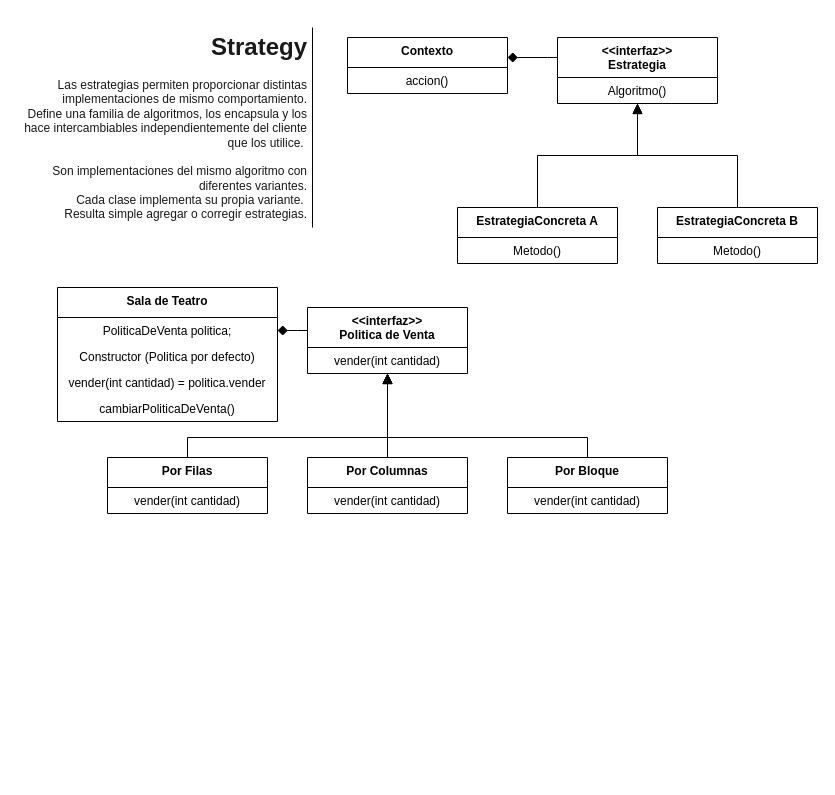
veroyols/I3007_patrones_de_disenio keeps this draw.io diagram as page "2 Strategy" (2 of 2) of Clase2.drawio. Above is the earlier version. Source tidied: cells renumbered, new cells numbered last; positions are measured from the earlier drawing's top-left corner, leaving out a move shared by most shapes. Both pictures are drawn from the tidied source at 100%, with x=0, y=0 at pixel (17, 27).
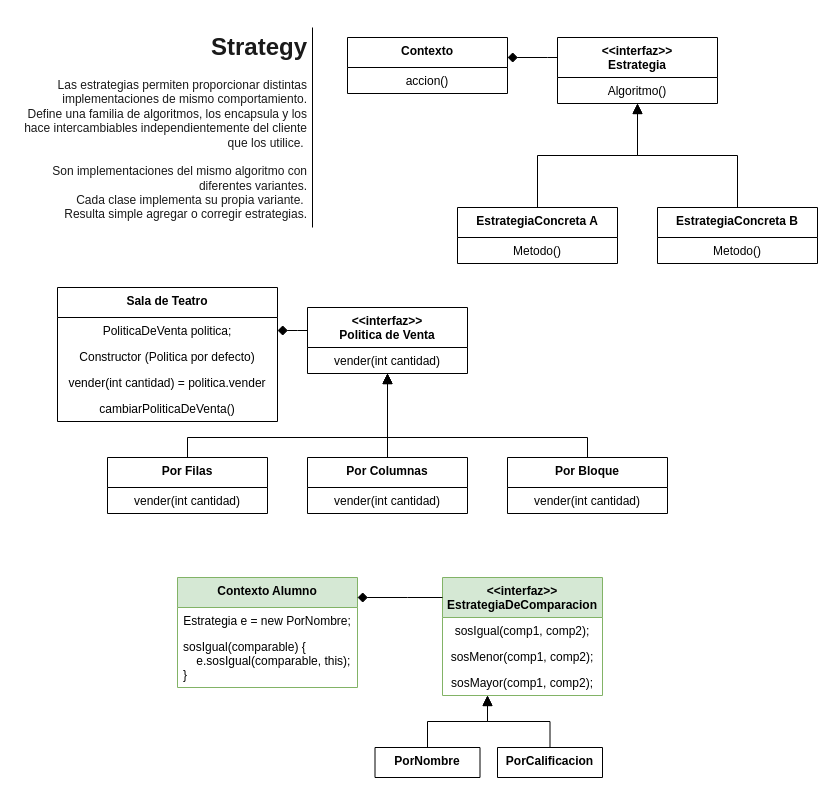
After the change.

The edit, as a diff of the source:
```diff
@@
+    <mxCell id="32" value="&lt;&lt;interfaz&gt;&gt;&#10;EstrategiaDeComparacion" style="swimlane;fontStyle=1;align=center;verticalAlign=top;horizontal=1;startSize=40;fillColor=#d5e8d4;strokeColor=#82b366;" parent="1" vertex="1">
+      <mxGeometry x="425" y="550" width="160" height="118" as="geometry" />
+    </mxCell>
+    <mxCell id="33" value="sosIgual(comp1, comp2);" style="text;strokeColor=none;fillColor=none;align=center;verticalAlign=top;spacingLeft=4;spacingRight=4;overflow=hidden;" parent="32" vertex="1">
+      <mxGeometry y="40" width="160" height="26" as="geometry" />
+    </mxCell>
+    <mxCell id="34" value="sosMenor(comp1, comp2);" style="text;strokeColor=none;fillColor=none;align=center;verticalAlign=top;spacingLeft=4;spacingRight=4;overflow=hidden;" parent="32" vertex="1">
+      <mxGeometry y="66" width="160" height="26" as="geometry" />
+    </mxCell>
+    <mxCell id="35" value="sosMayor(comp1, comp2);" style="text;strokeColor=none;fillColor=none;align=center;verticalAlign=top;spacingLeft=4;spacingRight=4;overflow=hidden;" parent="32" vertex="1">
+      <mxGeometry y="92" width="160" height="26" as="geometry" />
+    </mxCell>
+    <mxCell id="36" value="PorCalificacion" style="swimlane;fontStyle=1;align=center;verticalAlign=top;horizontal=1;startSize=30;" parent="1" vertex="1">
+      <mxGeometry x="480" y="720" width="105" height="30" as="geometry" />
+    </mxCell>
+    <mxCell id="37" style="endArrow=block;html=1;endFill=1;endSize=8;edgeStyle=orthogonalEdgeStyle;rounded=0;" parent="1" edge="1" source="36" target="32">
+      <mxGeometry relative="1" as="geometry">
+        <Array as="points">
+          <mxPoint x="533" y="694" />
+          <mxPoint x="470" y="694" />
+        </Array>
+      </mxGeometry>
+    </mxCell>
+    <mxCell id="38" value="PorNombre" style="swimlane;fontStyle=1;align=center;verticalAlign=top;horizontal=1;startSize=30;" parent="1" vertex="1">
+      <mxGeometry x="357.5" y="720" width="105" height="30" as="geometry" />
+    </mxCell>
+    <mxCell id="39" style="endArrow=block;html=1;endFill=1;endSize=8;edgeStyle=orthogonalEdgeStyle;rounded=0;exitX=0.5;exitY=0;exitDx=0;exitDy=0;" parent="1" edge="1" source="38" target="32">
+      <mxGeometry relative="1" as="geometry">
+        <Array as="points">
+          <mxPoint x="410" y="694" />
+          <mxPoint x="470" y="694" />
+        </Array>
+      </mxGeometry>
+    </mxCell>
+    <mxCell id="40" value="Contexto Alumno" style="swimlane;fontStyle=1;align=center;verticalAlign=top;horizontal=1;startSize=30;fillColor=#d5e8d4;strokeColor=#82b366;" parent="1" vertex="1">
+      <mxGeometry x="160" y="550" width="180" height="110" as="geometry" />
+    </mxCell>
+    <mxCell id="41" value="Estrategia e = new PorNombre;" style="text;strokeColor=none;fillColor=none;align=center;verticalAlign=top;spacingLeft=4;spacingRight=4;overflow=hidden;" parent="40" vertex="1">
+      <mxGeometry y="30" width="180" height="26" as="geometry" />
+    </mxCell>
+    <mxCell id="42" value="sosIgual(comparable) {&#10;    e.sosIgual(comparable, this);&#10;}" style="text;strokeColor=none;fillColor=none;align=left;verticalAlign=top;spacingLeft=4;spacingRight=4;overflow=hidden;" parent="40" vertex="1">
+      <mxGeometry y="56" width="180" height="54" as="geometry" />
+    </mxCell>
+    <mxCell id="43" style="endArrow=diamond;html=1;endFill=1;endSize=8;edgeStyle=orthogonalEdgeStyle;rounded=0;" parent="1" edge="1" source="32" target="40">
+      <mxGeometry relative="1" as="geometry">
+        <Array as="points">
+          <mxPoint x="390" y="570" />
+          <mxPoint x="390" y="570" />
+        </Array>
+      </mxGeometry>
+    </mxCell>
```
